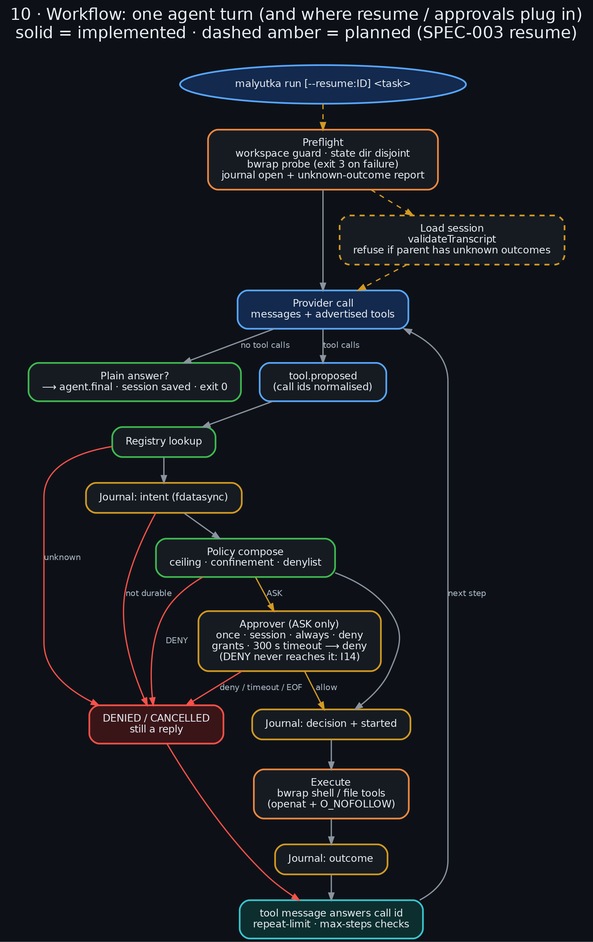
This is docs/diagrams/10_workflow.png from danindiana/malyutka, a Graphviz export, as it was before one commit. Its source is kept beside it as docs/diagrams/10_workflow.dot.
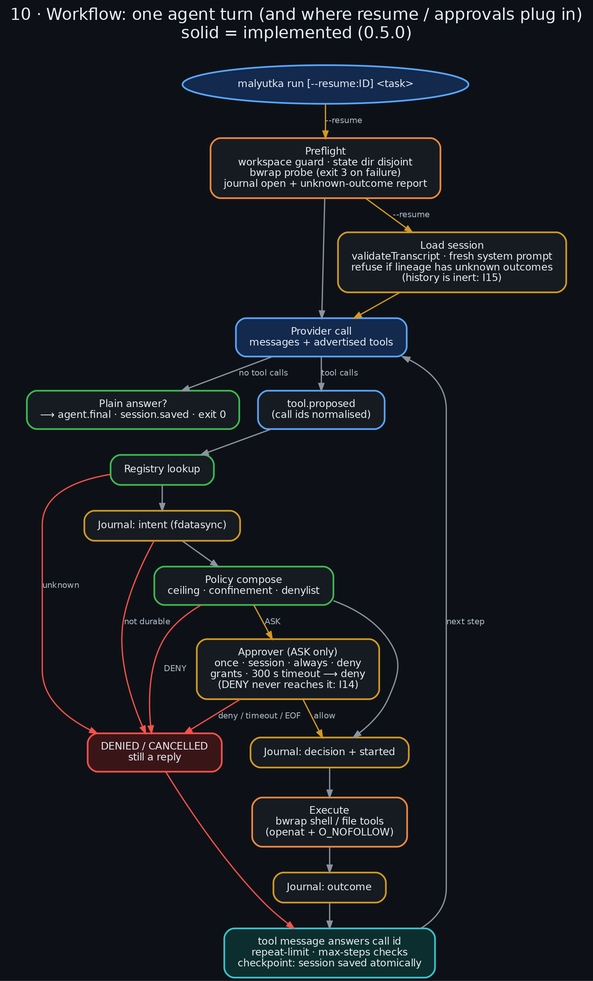
The same diagram one commit later.

The edit, as a diff of the source:
```diff
@@ -1,14 +1,14 @@
 digraph workflow {
     graph [bgcolor="#0d1117", fontname="Helvetica", fontcolor="#e6edf3", labelloc="t", fontsize=20, rankdir=TB,
-           label="10 · Workflow: one agent turn (and where resume / approvals plug in)\nsolid = implemented · dashed amber = planned (SPEC-003 resume)\n ", nodesep=0.3, ranksep=0.4];
+           label="10 · Workflow: one agent turn (and where resume / approvals plug in)\nsolid = implemented (0.5.0)\n ", nodesep=0.3, ranksep=0.4];
     node  [fontname="Helvetica", fontcolor="#e6edf3", color="#30363d", style="filled,rounded", shape=box, penwidth=2, margin="0.22,0.14", fillcolor="#161b22", fontsize=12];
     edge  [color="#8b949e", fontname="Helvetica", fontcolor="#adbac7", penwidth=1.5, arrowsize=0.85, fontsize=10];
 
     start [label="malyutka run [--resume:ID] <task>", shape=oval, color="#58a6ff", fillcolor="#13294d"];
     probe [label="Preflight\nworkspace guard · state dir disjoint\nbwrap probe (exit 3 on failure)\njournal open + unknown-outcome report", color="#f0883e"];
-    resume [label="Load session\nvalidateTranscript\nrefuse if parent has unknown outcomes", color="#d29922", style="filled,rounded,dashed"];
+    resume [label="Load session\nvalidateTranscript · fresh system prompt\nrefuse if lineage has unknown outcomes\n(history is inert: I15)", color="#d29922"];
     ask_model [label="Provider call\nmessages + advertised tools", color="#58a6ff", fillcolor="#13294d"];
-    final [label="Plain answer?\n⟶ agent.final · session saved · exit 0", color="#3fb950"];
+    final [label="Plain answer?\n⟶ agent.final · session.saved · exit 0", color="#3fb950"];
     prop [label="tool.proposed\n(call ids normalised)", color="#58a6ff"];
     reg [label="Registry lookup", color="#3fb950"];
     j1 [label="Journal: intent (fdatasync)", color="#d29922"];
@@ -17,12 +17,12 @@
     j2 [label="Journal: decision + started", color="#d29922"];
     exec [label="Execute\nbwrap shell / file tools\n(openat + O_NOFOLLOW)", color="#f0883e"];
     j3 [label="Journal: outcome", color="#d29922"];
-    obs [label="tool message answers call id\nrepeat-limit · max-steps checks", color="#39c5cf", fillcolor="#0d2e2e"];
+    obs [label="tool message answers call id\nrepeat-limit · max-steps checks\ncheckpoint: session saved atomically", color="#39c5cf", fillcolor="#0d2e2e"];
     deny [label="DENIED / CANCELLED\nstill a reply", color="#f85149", fillcolor="#3a1518"];
 
-    start -> probe -> resume [style=dashed, color="#d29922"];
+    start -> probe -> resume [color="#d29922", label="--resume"];
     probe -> ask_model;
-    resume -> ask_model [style=dashed, color="#d29922"];
+    resume -> ask_model [color="#d29922"];
     ask_model -> final [label="no tool calls"];
     ask_model -> prop [label="tool calls"];
     prop -> reg -> j1 -> pol -> j2 -> exec -> j3 -> obs;
```
